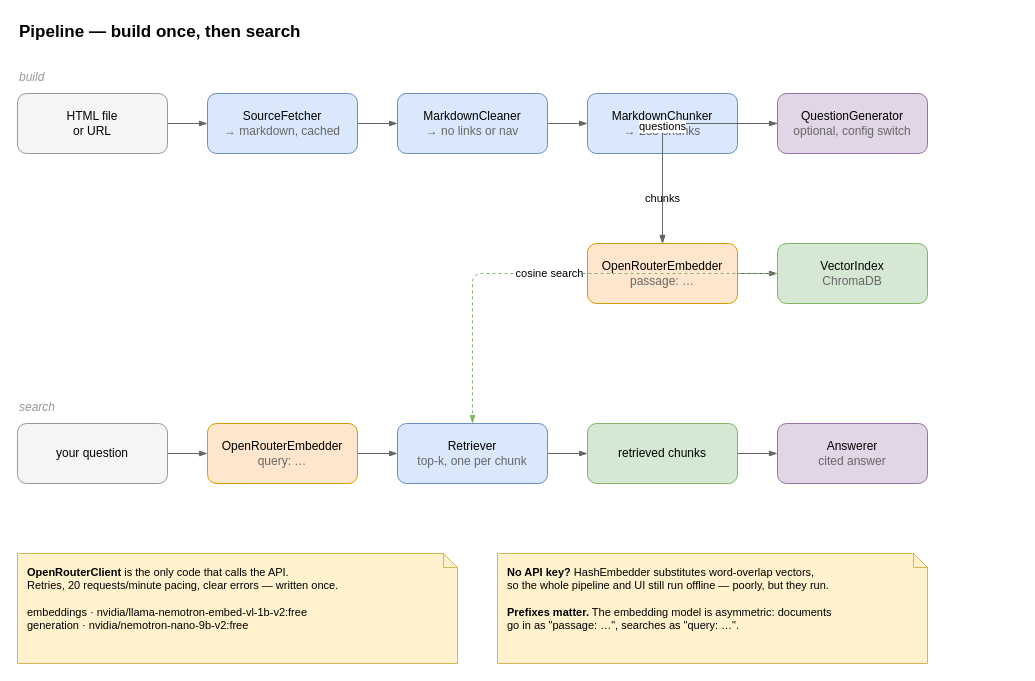
Before: page "1 · Pipeline" (1 of 6) of architecture.drawio in marwan-osama/athletic-suppliments-RAG, a draw.io diagram. Source tidied: cells renumbered, new cells numbered last; positions are measured from the earlier drawing's top-left corner, leaving out a move shared by most shapes. Both pictures are drawn from the tidied source at 100%, with x=0, y=0 at pixel (17, 17).
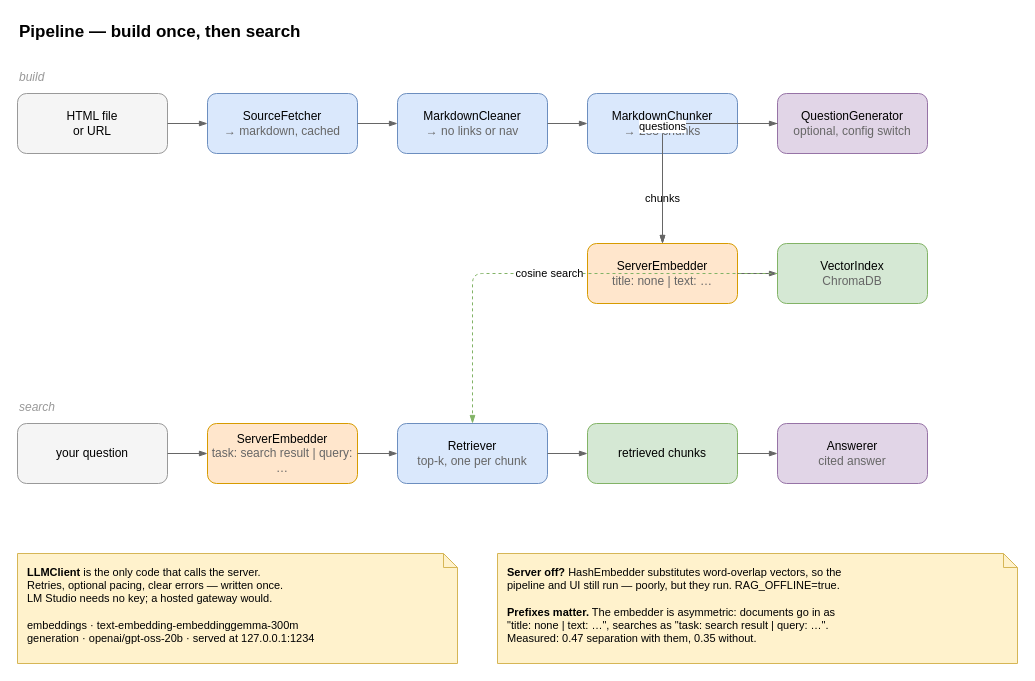
The same page after the edit.

Commit message (it also covers changes not shown here):
Update pages 1 and 4 to the LM Studio models

The edit, as a diff of the source:
```diff
@@
-    <mxCell id="9" value="OpenRouterEmbedder&lt;br&gt;&lt;font color=&quot;#666666&quot;&gt;passage: …&lt;/font&gt;" style="rounded=1;whiteSpace=wrap;html=1;fillColor=#ffe6cc;strokeColor=#d79b00;fontSize=12;" parent="1" vertex="1">
+    <mxCell id="9" value="ServerEmbedder&lt;br&gt;&lt;font color=&quot;#666666&quot;&gt;title: none | text: …&lt;/font&gt;" style="rounded=1;whiteSpace=wrap;html=1;fillColor=#ffe6cc;strokeColor=#d79b00;fontSize=12;" parent="1" vertex="1">
       <mxGeometry x="570" y="226" width="150" height="60" as="geometry" />
     </mxCell>
@@
-    <mxCell id="13" value="OpenRouterEmbedder&lt;br&gt;&lt;font color=&quot;#666666&quot;&gt;query: …&lt;/font&gt;" style="rounded=1;whiteSpace=wrap;html=1;fillColor=#ffe6cc;strokeColor=#d79b00;fontSize=12;" parent="1" vertex="1">
+    <mxCell id="13" value="ServerEmbedder&lt;br&gt;&lt;font color=&quot;#666666&quot;&gt;task: search result | query: …&lt;/font&gt;" style="rounded=1;whiteSpace=wrap;html=1;fillColor=#ffe6cc;strokeColor=#d79b00;fontSize=12;" parent="1" vertex="1">
       <mxGeometry x="190" y="406" width="150" height="60" as="geometry" />
     </mxCell>
@@
-    <mxCell id="29" value="&lt;b&gt;OpenRouterClient&lt;/b&gt; is the only code that calls the API.&lt;br&gt;Retries, 20 requests/minute pacing, clear errors — written once.&lt;br&gt;&lt;br&gt;embeddings · nvidia/llama-nemotron-embed-vl-1b-v2:free&lt;br&gt;generation · nvidia/nemotron-nano-9b-v2:free" style="shape=note;whiteSpace=wrap;html=1;fillColor=#fff2cc;strokeColor=#d6b656;size=14;align=left;spacingLeft=8;fontSize=11;verticalAlign=top;spacingTop=6;" parent="1" vertex="1">
+    <mxCell id="29" value="&lt;b&gt;LLMClient&lt;/b&gt; is the only code that calls the server.&lt;br&gt;Retries, optional pacing, clear errors — written once.&lt;br&gt;LM Studio needs no key; a hosted gateway would.&lt;br&gt;&lt;br&gt;embeddings · text-embedding-embeddinggemma-300m&lt;br&gt;generation · openai/gpt-oss-20b · served at 127.0.0.1:1234" style="shape=note;whiteSpace=wrap;html=1;fillColor=#fff2cc;strokeColor=#d6b656;size=14;align=left;spacingLeft=8;fontSize=11;verticalAlign=top;spacingTop=6;" parent="1" vertex="1">
       <mxGeometry y="536" width="440" height="110" as="geometry" />
     </mxCell>
-    <mxCell id="30" value="&lt;b&gt;No API key?&lt;/b&gt; HashEmbedder substitutes word-overlap vectors,&lt;br&gt;so the whole pipeline and UI still run offline — poorly, but they run.&lt;br&gt;&lt;br&gt;&lt;b&gt;Prefixes matter.&lt;/b&gt; The embedding model is asymmetric: documents&lt;br&gt;go in as &quot;passage: …&quot;, searches as &quot;query: …&quot;." style="shape=note;whiteSpace=wrap;html=1;fillColor=#fff2cc;strokeColor=#d6b656;size=14;align=left;spacingLeft=8;fontSize=11;verticalAlign=top;spacingTop=6;" parent="1" vertex="1">
-      <mxGeometry x="480" y="536" width="430" height="110" as="geometry" />
+    <mxCell id="30" value="&lt;b&gt;Server off?&lt;/b&gt; HashEmbedder substitutes word-overlap vectors, so the&lt;br&gt;pipeline and UI still run — poorly, but they run. RAG_OFFLINE=true.&lt;br&gt;&lt;br&gt;&lt;b&gt;Prefixes matter.&lt;/b&gt; The embedder is asymmetric: documents go in as&lt;br&gt;&quot;title: none | text: …&quot;, searches as &quot;task: search result | query: …&quot;.&lt;br&gt;Measured: 0.47 separation with them, 0.35 without." style="shape=note;whiteSpace=wrap;html=1;fillColor=#fff2cc;strokeColor=#d6b656;size=14;align=left;spacingLeft=8;fontSize=11;verticalAlign=top;spacingTop=6;" parent="1" vertex="1">
+      <mxGeometry x="480" y="536" width="520" height="110" as="geometry" />
     </mxCell>
```
